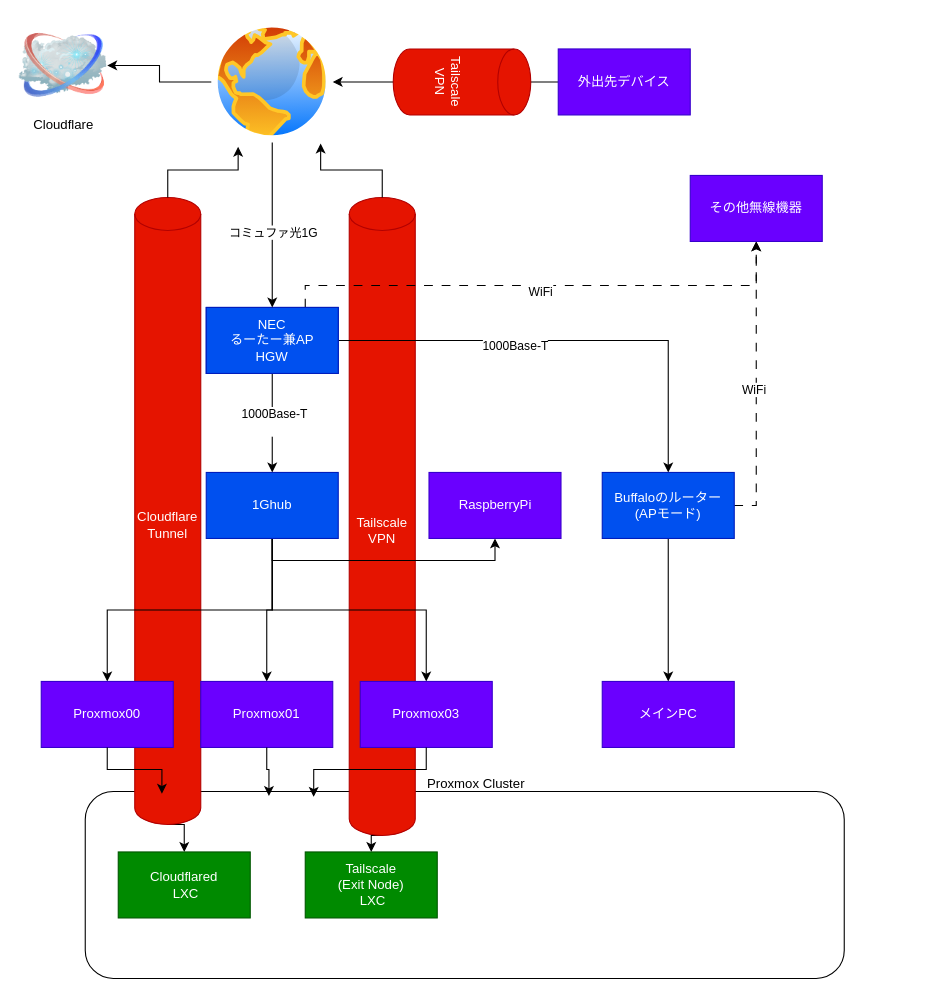
Earlier version of the draw.io diagram Untitled Diagram.drawio (nekorobi-0/About_My_Server). Source tidied: cells renumbered, new cells numbered last; positions are measured from the earlier drawing's top-left corner, leaving out a move shared by most shapes. Both pictures are drawn from the tidied source at 110%, with x=0, y=0 at pixel (19, 12).
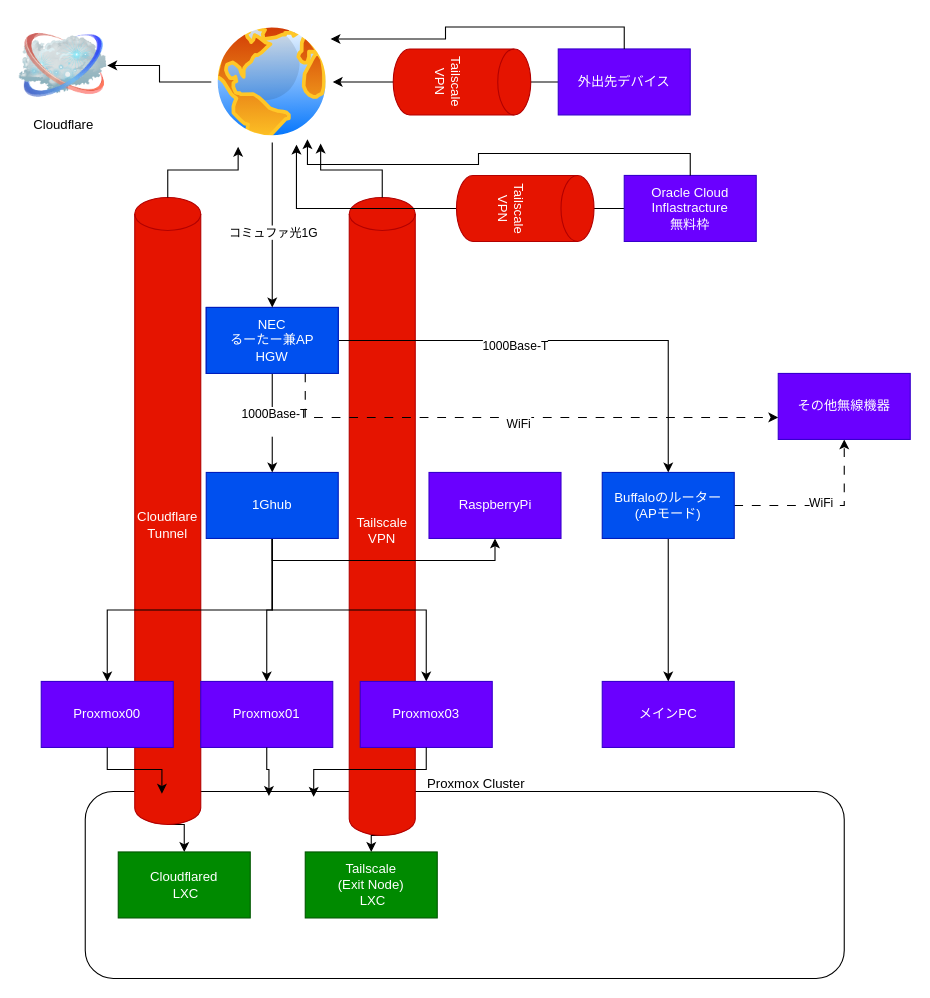
The same diagram, later.

The change refers to these unchanged cells:
```xml
<mxCell id="14" value="&lt;div&gt;NEC&lt;/div&gt;るーたー兼AP&lt;div&gt;HGW&lt;/div&gt;" style="rounded=0;whiteSpace=wrap;html=1;fillColor=#0050ef;strokeColor=#001DBC;fontColor=#ffffff;" parent="1" vertex="1">
  <mxGeometry x="170" y="268" width="120" height="60" as="geometry" />
</mxCell>
<mxCell id="23" style="image;perimeter=ellipsePerimeter;html=1;align=center;shadow=0;dashed=0;spacingTop=3;image=img/lib/active_directory/internet_globe.svg;" parent="1" vertex="1">
  <mxGeometry x="175" y="8" width="110" height="110" as="geometry" />
</mxCell>
<mxCell id="41" value="外出先デバイス" style="rounded=0;whiteSpace=wrap;html=1;fillColor=#6a00ff;strokeColor=#3700CC;fontColor=#ffffff;" parent="1" vertex="1">
  <mxGeometry x="490" y="33" width="120" height="60" as="geometry" />
</mxCell>
```

Diff of the diagram source:
```diff
@@
-    <mxCell id="12" style="edgeStyle=orthogonalEdgeStyle;rounded=0;jettySize=auto;html=1;exitX=0.75;exitY=0;exitDx=0;exitDy=0;dashed=1;dashPattern=8 8;" parent="1" edge="1" source="14" target="33">
+    <mxCell id="12" style="edgeStyle=orthogonalEdgeStyle;rounded=0;jettySize=auto;html=1;exitX=0.75;exitY=1;exitDx=0;exitDy=0;dashed=1;dashPattern=8 8;" parent="1" edge="1" source="14" target="33">
       <mxGeometry relative="1" as="geometry">
         <Array as="points">
-          <mxPoint x="260" y="248" />
-          <mxPoint x="670" y="248" />
+          <mxPoint x="260" y="368" />
+          <mxPoint x="760" y="368" />
         </Array>
       </mxGeometry>
     </mxCell>
@@
     <mxCell id="33" value="その他無線機器" style="rounded=0;whiteSpace=wrap;html=1;fillColor=#6a00ff;strokeColor=#3700CC;fontColor=#ffffff;" parent="1" vertex="1">
-      <mxGeometry x="610" y="148" width="120" height="60" as="geometry" />
+      <mxGeometry x="690" y="328" width="120" height="60" as="geometry" />
     </mxCell>
@@
+    <mxCell id="46" style="edgeStyle=orthogonalEdgeStyle;rounded=0;jettySize=auto;html=1;exitX=0;exitY=0.5;exitDx=0;exitDy=0;entryX=0.7;entryY=1.018;entryDx=0;entryDy=0;entryPerimeter=0;" parent="1" edge="1" source="48" target="23">
+      <mxGeometry relative="1" as="geometry" />
+    </mxCell>
+    <mxCell id="47" value="Tailscale&lt;div&gt;VPN&lt;/div&gt;" style="shape=cylinder3;whiteSpace=wrap;html=1;boundedLbl=1;backgroundOutline=1;size=15;rotation=90;fillColor=#e51400;fontColor=#ffffff;strokeColor=#B20000;" parent="1" vertex="1">
+      <mxGeometry x="430" y="115.5" width="60" height="125" as="geometry" />
+    </mxCell>
+    <mxCell id="48" value="Oracle Cloud Inflastracture&lt;br&gt;無料枠" style="rounded=0;whiteSpace=wrap;html=1;fillColor=#6a00ff;strokeColor=#3700CC;fontColor=#ffffff;" parent="1" vertex="1">
+      <mxGeometry x="550" y="148" width="120" height="60" as="geometry" />
+    </mxCell>
+    <mxCell id="49" style="edgeStyle=orthogonalEdgeStyle;rounded=0;jettySize=auto;html=1;exitX=0.5;exitY=0;exitDx=0;exitDy=0;entryX=0.791;entryY=0.973;entryDx=0;entryDy=0;entryPerimeter=0;" parent="1" edge="1" source="48" target="23">
+      <mxGeometry relative="1" as="geometry" />
+    </mxCell>
+    <mxCell id="50" style="edgeStyle=orthogonalEdgeStyle;rounded=0;jettySize=auto;html=1;exitX=0.5;exitY=0;exitDx=0;exitDy=0;entryX=0.982;entryY=0.145;entryDx=0;entryDy=0;entryPerimeter=0;" parent="1" edge="1" source="41" target="23">
+      <mxGeometry relative="1" as="geometry" />
+    </mxCell>
```
